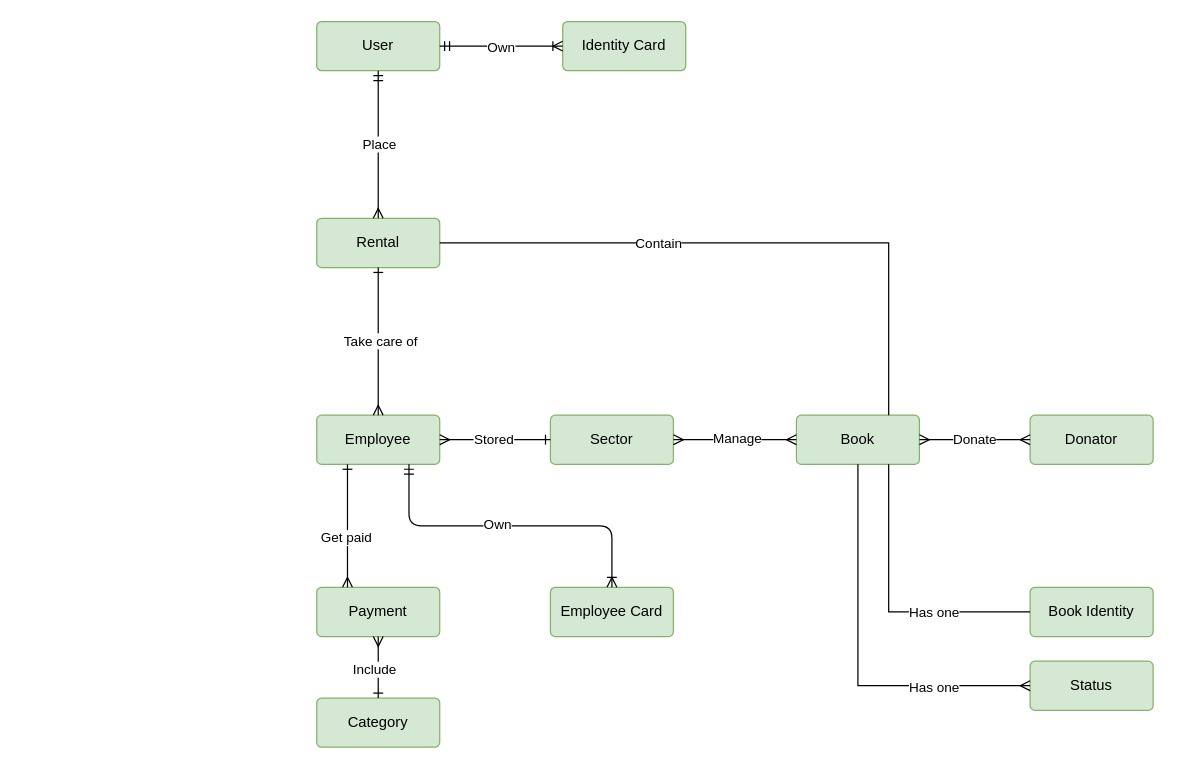
The draw.io diagram SteveJobs/DATA MANAGEMENT/biblioteca_rivisitata.dio in DavideDamico/ITS-Steve-Jobs, before the edit. Source tidied: cells renumbered, new cells numbered last; positions are measured from the earlier drawing's top-left corner, leaving out a move shared by most shapes. Both pictures are drawn from the tidied source at 123%, with x=0, y=0 at pixel (316, 21).
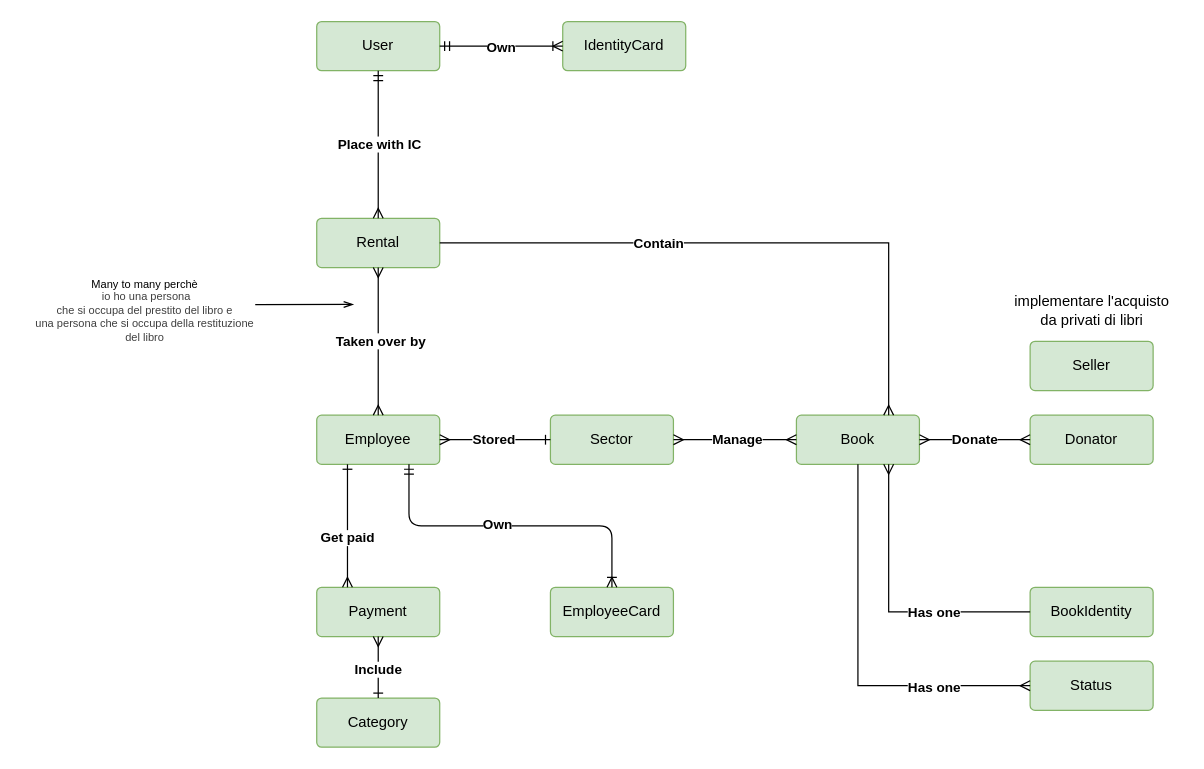
The same diagram, later.

Commit message (it also covers changes not shown here):
Implementazione biblioteca_rivisitata (da finire)

Unchanged cells that the change refers to:
```xml
<mxCell id="2" value="Employee" style="rounded=1;arcSize=10;whiteSpace=wrap;html=1;align=center;fillColor=#d5e8d4;strokeColor=#82b366;" parent="1" vertex="1">
  <mxGeometry y="320" width="100" height="40" as="geometry" />
</mxCell>
<mxCell id="4" value="Book" style="rounded=1;arcSize=10;whiteSpace=wrap;html=1;align=center;fillColor=#d5e8d4;strokeColor=#82b366;" parent="1" vertex="1">
  <mxGeometry x="390" y="320" width="100" height="40" as="geometry" />
</mxCell>
<mxCell id="5" value="Rental" style="rounded=1;arcSize=10;whiteSpace=wrap;html=1;align=center;fillColor=#d5e8d4;strokeColor=#82b366;" parent="1" vertex="1">
  <mxGeometry y="160" width="100" height="40" as="geometry" />
</mxCell>
<mxCell id="11" style="fontSize=12;html=1;endArrow=ERmany;startArrow=ERmany;entryX=0;entryY=0.5;entryDx=0;entryDy=0;startFill=0;exitX=1;exitY=0.5;exitDx=0;exitDy=0;endFill=0;" parent="1" edge="1" source="4" target="7">
  <mxGeometry relative="1" as="geometry" />
</mxCell>
<mxCell id="13" style="edgeStyle=entityRelationEdgeStyle;fontSize=12;html=1;endArrow=ERoneToMany;exitX=1;exitY=0.5;exitDx=0;exitDy=0;entryX=0;entryY=0.5;entryDx=0;entryDy=0;startArrow=ERmandOne;startFill=0;" parent="1" edge="1" source="6" target="8">
  <mxGeometry relative="1" as="geometry" />
</mxCell>
<mxCell id="15" style="fontSize=12;html=1;endArrow=ERoneToMany;entryX=0.5;entryY=0;entryDx=0;entryDy=0;edgeStyle=orthogonalEdgeStyle;exitX=0.75;exitY=1;exitDx=0;exitDy=0;startArrow=ERmandOne;startFill=0;" parent="1" edge="1" source="2" target="9">
  <mxGeometry relative="1" as="geometry" />
</mxCell>
<mxCell id="17" style="endArrow=ERmany;html=1;rounded=0;exitX=0.25;exitY=1;exitDx=0;exitDy=0;startArrow=ERone;startFill=0;edgeStyle=orthogonalEdgeStyle;endFill=0;entryX=0.25;entryY=0;entryDx=0;entryDy=0;" parent="1" edge="1" source="2" target="3">
  <mxGeometry relative="1" as="geometry" />
</mxCell>
<mxCell id="19" style="endArrow=ERmany;html=1;rounded=0;endFill=0;startArrow=ERone;startFill=0;entryX=0.5;entryY=1;entryDx=0;entryDy=0;exitX=0.5;exitY=0;exitDx=0;exitDy=0;" parent="1" edge="1" source="10" target="3">
  <mxGeometry relative="1" as="geometry" />
</mxCell>
<mxCell id="25" style="endArrow=ERmany;html=1;rounded=0;entryX=0;entryY=0.5;entryDx=0;entryDy=0;exitX=0.5;exitY=1;exitDx=0;exitDy=0;endFill=0;edgeStyle=orthogonalEdgeStyle;" parent="1" edge="1" source="4" target="22">
  <mxGeometry relative="1" as="geometry" />
</mxCell>
<mxCell id="27" style="endArrow=ERmany;html=1;rounded=0;exitX=0.5;exitY=1;exitDx=0;exitDy=0;entryX=0.5;entryY=0;entryDx=0;entryDy=0;endFill=0;startArrow=ERmandOne;startFill=0;" parent="1" edge="1" source="6" target="5">
  <mxGeometry relative="1" as="geometry" />
</mxCell>
<mxCell id="32" style="endArrow=ERmany;html=1;rounded=0;exitX=0;exitY=0.5;exitDx=0;exitDy=0;entryX=1;entryY=0.5;entryDx=0;entryDy=0;startArrow=ERmany;startFill=0;endFill=0;" parent="1" edge="1" source="4" target="31">
  <mxGeometry relative="1" as="geometry" />
</mxCell>
<mxCell id="34" style="endArrow=ERmany;html=1;rounded=0;entryX=1;entryY=0.5;entryDx=0;entryDy=0;endFill=0;startArrow=ERone;startFill=0;exitX=0;exitY=0.5;exitDx=0;exitDy=0;" parent="1" edge="1" source="31" target="2">
  <mxGeometry relative="1" as="geometry" />
</mxCell>
```

What changed in the source:
```diff
@@
-    <mxCell id="8" value="Identity Card" style="rounded=1;arcSize=10;whiteSpace=wrap;html=1;align=center;fillColor=#d5e8d4;strokeColor=#82b366;" parent="1" vertex="1">
+    <mxCell id="8" value="IdentityCard" style="rounded=1;arcSize=10;whiteSpace=wrap;html=1;align=center;fillColor=#d5e8d4;strokeColor=#82b366;" parent="1" vertex="1">
       <mxGeometry x="200" width="100" height="40" as="geometry" />
     </mxCell>
-    <mxCell id="9" value="Employee Card" style="rounded=1;arcSize=10;whiteSpace=wrap;html=1;align=center;fillColor=#d5e8d4;strokeColor=#82b366;" parent="1" vertex="1">
+    <mxCell id="9" value="EmployeeCard" style="rounded=1;arcSize=10;whiteSpace=wrap;html=1;align=center;fillColor=#d5e8d4;strokeColor=#82b366;" parent="1" vertex="1">
       <mxGeometry x="190" y="460" width="100" height="40" as="geometry" />
     </mxCell>
@@
-    <mxCell id="12" value="Donate" style="edgeLabel;html=1;align=center;verticalAlign=middle;" parent="11" vertex="1">
+    <mxCell id="12" value="Donate" style="edgeLabel;html=1;align=center;verticalAlign=middle;fontStyle=1;" parent="11" vertex="1">
       <mxGeometry x="-0.03" y="1" relative="1" as="geometry" />
     </mxCell>
@@
-    <mxCell id="14" value="Own" style="edgeLabel;html=1;align=center;verticalAlign=middle;" parent="13" vertex="1">
+    <mxCell id="14" value="Own" style="edgeLabel;html=1;align=center;verticalAlign=middle;fontStyle=1;" parent="13" vertex="1">
       <mxGeometry x="-0.1" relative="1" as="geometry">
         <mxPoint x="4" as="offset" />
       </mxGeometry>
     </mxCell>
@@
-    <mxCell id="16" value="Own" style="edgeLabel;html=1;align=center;verticalAlign=middle;" parent="15" vertex="1">
+    <mxCell id="16" value="Own" style="edgeLabel;html=1;align=center;verticalAlign=middle;fontStyle=1;" parent="15" vertex="1">
       <mxGeometry x="-0.09" y="3" relative="1" as="geometry">
         <mxPoint y="1" as="offset" />
       </mxGeometry>
     </mxCell>
@@
-    <mxCell id="18" value="Get paid" style="edgeLabel;html=1;align=center;verticalAlign=middle;" parent="17" vertex="1">
+    <mxCell id="18" value="Get paid" style="edgeLabel;html=1;align=center;verticalAlign=middle;fontStyle=1;" parent="17" vertex="1">
       <mxGeometry x="0.17" relative="1" as="geometry">
         <mxPoint x="-1" as="offset" />
       </mxGeometry>
     </mxCell>
@@
-    <mxCell id="20" value="Include" style="edgeLabel;html=1;align=center;verticalAlign=middle;" parent="19" vertex="1">
+    <mxCell id="20" value="Include" style="edgeLabel;html=1;align=center;verticalAlign=middle;fontStyle=1;" parent="19" vertex="1">
       <mxGeometry x="-0.04" y="2" relative="1" as="geometry">
-        <mxPoint x="-2" as="offset" />
+        <mxPoint x="1" as="offset" />
       </mxGeometry>
     </mxCell>
-    <mxCell id="21" value="Book Identity" style="rounded=1;arcSize=10;whiteSpace=wrap;html=1;align=center;fillColor=#d5e8d4;strokeColor=#82b366;" parent="1" vertex="1">
+    <mxCell id="21" value="BookIdentity" style="rounded=1;arcSize=10;whiteSpace=wrap;html=1;align=center;fillColor=#d5e8d4;strokeColor=#82b366;" parent="1" vertex="1">
       <mxGeometry x="580" y="460" width="100" height="40" as="geometry" />
     </mxCell>
@@
-    <mxCell id="23" style="endArrow=none;html=1;rounded=0;entryX=0;entryY=0.5;entryDx=0;entryDy=0;exitX=0.75;exitY=1;exitDx=0;exitDy=0;edgeStyle=orthogonalEdgeStyle;" parent="1" edge="1" source="4" target="21">
+    <mxCell id="23" style="endArrow=none;html=1;rounded=0;entryX=0;entryY=0.5;entryDx=0;entryDy=0;exitX=0.75;exitY=1;exitDx=0;exitDy=0;edgeStyle=orthogonalEdgeStyle;startArrow=ERmany;startFill=0;" parent="1" edge="1" source="4" target="21">
       <mxGeometry relative="1" as="geometry" />
     </mxCell>
-    <mxCell id="24" value="Has one" style="edgeLabel;html=1;align=center;verticalAlign=middle;" parent="23" vertex="1">
+    <mxCell id="24" value="Has one" style="edgeLabel;html=1;align=center;verticalAlign=middle;fontStyle=1;" parent="23" vertex="1">
       <mxGeometry x="0.12" y="2" relative="1" as="geometry">
         <mxPoint x="24" y="2" as="offset" />
       </mxGeometry>
     </mxCell>
@@
-    <mxCell id="26" value="Has one" style="edgeLabel;html=1;align=center;verticalAlign=middle;" parent="25" vertex="1">
+    <mxCell id="26" value="Has one" style="edgeLabel;html=1;align=center;verticalAlign=middle;fontStyle=1;" parent="25" vertex="1">
       <mxGeometry x="0.02" y="-1" relative="1" as="geometry">
         <mxPoint x="62" y="18" as="offset" />
       </mxGeometry>
     </mxCell>
@@
-    <mxCell id="28" value="Place" style="edgeLabel;html=1;align=center;verticalAlign=middle;" parent="27" vertex="1">
+    <mxCell id="28" value="Place with IC" style="edgeLabel;html=1;align=center;verticalAlign=middle;fontStyle=1;" parent="27" vertex="1">
       <mxGeometry x="-0.02" y="1" relative="1" as="geometry">
         <mxPoint x="-1" as="offset" />
       </mxGeometry>
     </mxCell>
-    <mxCell id="29" style="endArrow=none;html=1;rounded=0;exitX=0.75;exitY=0;exitDx=0;exitDy=0;edgeStyle=orthogonalEdgeStyle;entryX=1;entryY=0.5;entryDx=0;entryDy=0;" parent="1" edge="1" source="4" target="5">
+    <mxCell id="29" style="endArrow=none;html=1;rounded=0;exitX=0.75;exitY=0;exitDx=0;exitDy=0;edgeStyle=orthogonalEdgeStyle;entryX=1;entryY=0.5;entryDx=0;entryDy=0;endFill=0;startArrow=ERmany;startFill=0;" parent="1" edge="1" source="4" target="5">
       <mxGeometry relative="1" as="geometry">
         <Array as="points">
           <mxPoint x="465" y="180" />
         </Array>
       </mxGeometry>
     </mxCell>
-    <mxCell id="30" value="Contain" style="edgeLabel;html=1;align=center;verticalAlign=middle;" parent="29" vertex="1">
+    <mxCell id="30" value="Contain" style="edgeLabel;html=1;align=center;verticalAlign=middle;fontStyle=1;" parent="29" vertex="1">
       <mxGeometry x="-0.02" relative="1" as="geometry">
         <mxPoint x="-81" as="offset" />
       </mxGeometry>
     </mxCell>
@@
-    <mxCell id="33" value="Manage" style="edgeLabel;html=1;align=center;verticalAlign=middle;" parent="32" vertex="1">
+    <mxCell id="33" value="Manage" style="edgeLabel;html=1;align=center;verticalAlign=middle;fontStyle=1;" parent="32" vertex="1">
       <mxGeometry x="-0.04" y="-2" relative="1" as="geometry">
-        <mxPoint x="-1" as="offset" />
+        <mxPoint x="-1" y="1" as="offset" />
       </mxGeometry>
     </mxCell>
@@
-    <mxCell id="35" value="Stored" style="edgeLabel;html=1;align=center;verticalAlign=middle;" parent="34" vertex="1">
+    <mxCell id="35" value="Stored" style="edgeLabel;html=1;align=center;verticalAlign=middle;fontStyle=1;" parent="34" vertex="1">
       <mxGeometry x="0.04" y="-1" relative="1" as="geometry" />
     </mxCell>
-    <mxCell id="36" style="endArrow=ERmany;html=1;rounded=0;exitX=0.5;exitY=1;exitDx=0;exitDy=0;entryX=0.5;entryY=0;entryDx=0;entryDy=0;endFill=0;startArrow=ERone;startFill=0;" parent="1" edge="1" source="5" target="2">
+    <mxCell id="36" style="endArrow=ERmany;html=1;rounded=0;exitX=0.5;exitY=1;exitDx=0;exitDy=0;entryX=0.5;entryY=0;entryDx=0;entryDy=0;endFill=0;startArrow=ERmany;startFill=0;" parent="1" edge="1" source="5" target="2">
       <mxGeometry relative="1" as="geometry" />
     </mxCell>
-    <mxCell id="37" value="Take care of" style="edgeLabel;html=1;align=center;verticalAlign=middle;" parent="36" vertex="1">
+    <mxCell id="37" value="Taken over by" style="edgeLabel;html=1;align=center;verticalAlign=middle;fontStyle=1;" parent="36" vertex="1">
       <mxGeometry x="-0.01" y="1" relative="1" as="geometry" />
     </mxCell>
+    <mxCell id="38" value="&lt;div style=&quot;&quot;&gt;&lt;span style=&quot;background-color: transparent;&quot;&gt;Many to many perchè&lt;/span&gt;&lt;/div&gt;&lt;div style=&quot;color: rgb(63, 63, 63); scrollbar-color: rgb(226, 226, 226) rgb(251, 251, 251);&quot;&gt;&lt;div style=&quot;&quot;&gt;&lt;span style=&quot;background-color: transparent;&quot;&gt;&amp;nbsp;io ho una persona&lt;/span&gt;&lt;/div&gt;&lt;div style=&quot;color: rgb(63, 63, 63); scrollbar-color: rgb(226, 226, 226) rgb(251, 251, 251);&quot;&gt;che si occupa del prestito del libro e&lt;/div&gt;&lt;/div&gt;&lt;div style=&quot;color: rgb(63, 63, 63); scrollbar-color: rgb(226, 226, 226) rgb(251, 251, 251);&quot;&gt;una persona che si occupa della restituzione&lt;/div&gt;&lt;div style=&quot;color: rgb(63, 63, 63); scrollbar-color: rgb(226, 226, 226) rgb(251, 251, 251);&quot;&gt;del libro&lt;/div&gt;" style="text;html=1;align=center;verticalAlign=middle;strokeColor=none;fillColor=none;fontSize=9;" parent="1" vertex="1">
+      <mxGeometry x="-240" y="200" width="200" height="70" as="geometry" />
+    </mxCell>
+    <mxCell id="39" style="endArrow=openThin;html=1;rounded=0;exitX=0.998;exitY=0.502;exitDx=0;exitDy=0;exitPerimeter=0;endFill=0;" parent="1" edge="1">
+      <mxGeometry relative="1" as="geometry">
+        <mxPoint x="-50" y="230.1" as="sourcePoint" />
+        <mxPoint x="30" y="230" as="targetPoint" />
+      </mxGeometry>
+    </mxCell>
+    <mxCell id="40" value="Seller" style="rounded=1;arcSize=10;whiteSpace=wrap;html=1;align=center;fillColor=#d5e8d4;strokeColor=#82b366;" parent="1" vertex="1">
+      <mxGeometry x="580" y="260" width="100" height="40" as="geometry" />
+    </mxCell>
+    <mxCell id="41" value="implementare l'acquisto&lt;div&gt;da privati di libri&lt;/div&gt;" style="text;html=1;align=center;verticalAlign=middle;strokeColor=none;fillColor=none;" parent="1" vertex="1">
+      <mxGeometry x="555" y="215" width="150" height="40" as="geometry" />
+    </mxCell>
```
